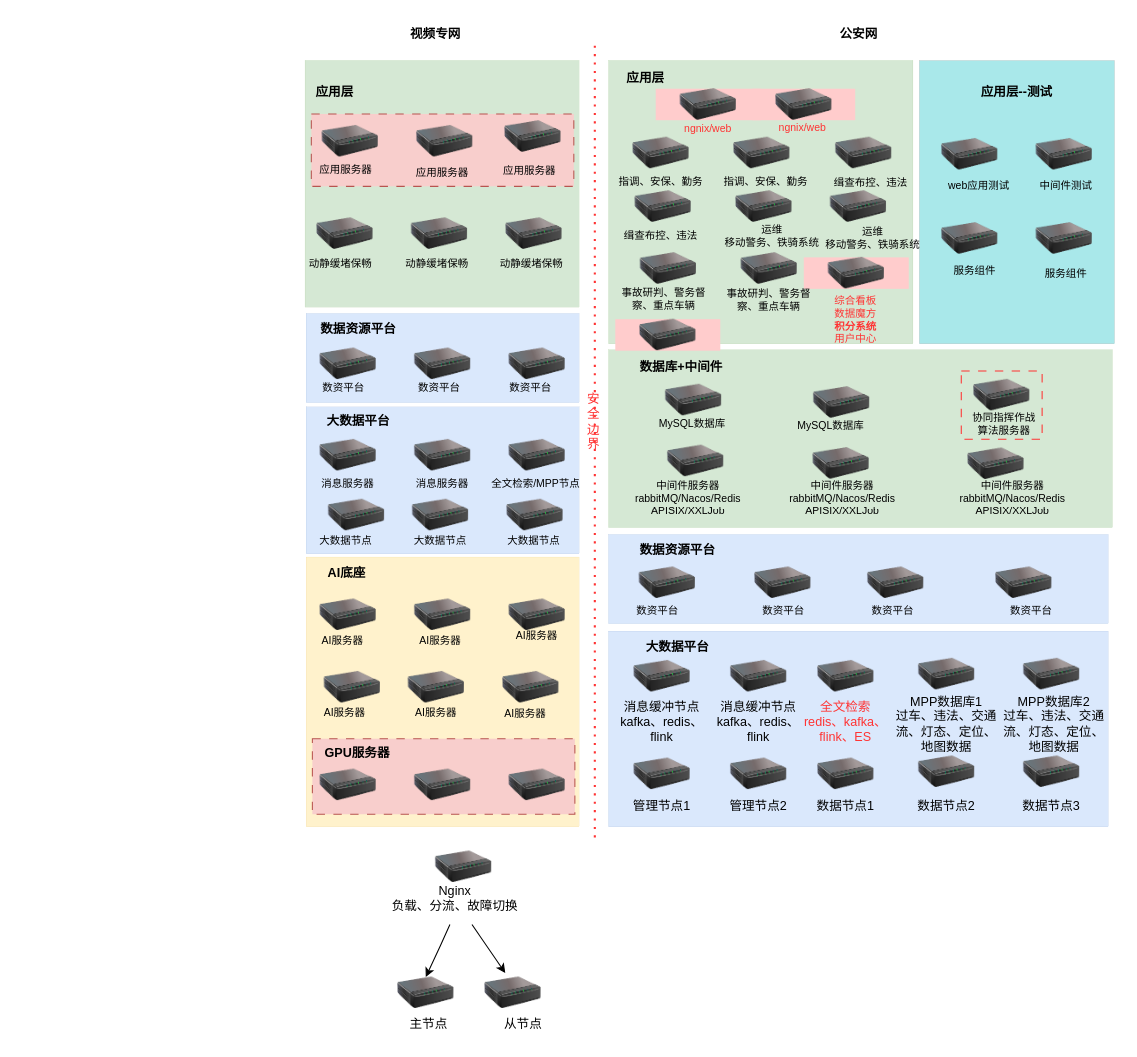
This is page "服务器规划" (1 of 7) of 20230326.drawio from bj-ehualu/drawio, a draw.io file, before an edit. Source tidied: cells renumbered, new cells numbered last; positions are measured from the earlier drawing's top-left corner, leaving out a move shared by most shapes. Both pictures are drawn from the tidied source at 105%, with x=0, y=0 at pixel (288, 18).
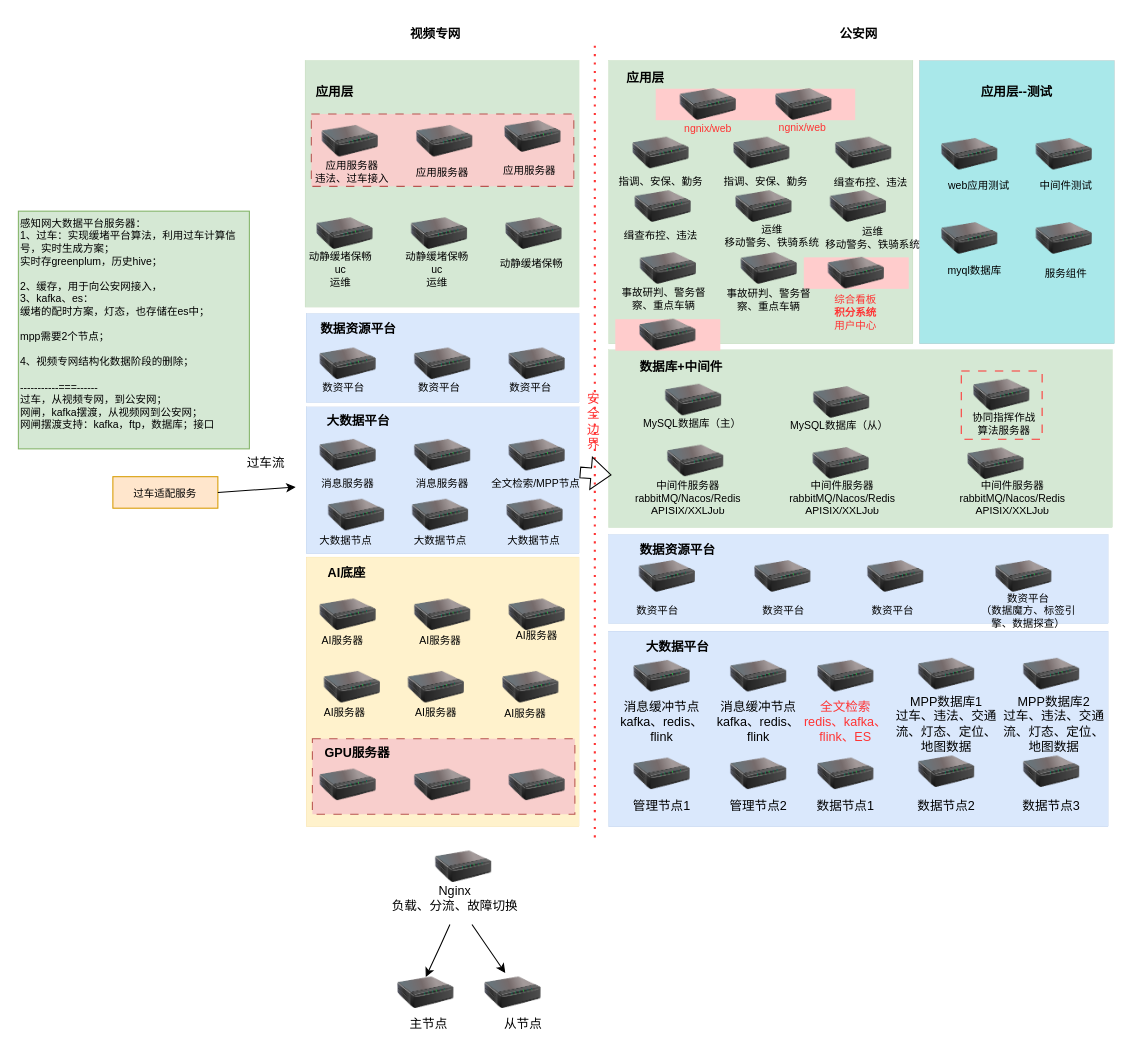
After the change.

The change refers to these unchanged cells:
```xml
<mxCell id="41" style="image;html=1;image=img/lib/clip_art/networking/Print_Server_128x128.png;" parent="1" vertex="1">
  <mxGeometry x="577" y="702.5" width="100" height="30" as="geometry" />
</mxCell>
<mxCell id="53" value="消息服务器" style="text;html=1;align=center;verticalAlign=middle;whiteSpace=wrap;rounded=0;fontSize=10;" parent="1" vertex="1">
  <mxGeometry x="7" y="428" width="100" height="30" as="geometry" />
</mxCell>
<mxCell id="93" style="rounded=0;whiteSpace=wrap;html=1;fillColor=#d5e8d4;strokeColor=#82b366;strokeWidth=0;" parent="1" vertex="1">
  <mxGeometry x="305" y="315.5" width="480" height="169.5" as="geometry" />
</mxCell>
<mxCell id="149" value="安全边界" style="text;html=1;align=center;verticalAlign=middle;whiteSpace=wrap;rounded=0;fontColor=#FF3333;labelBackgroundColor=none;" parent="1" vertex="1">
  <mxGeometry x="282" y="330" width="18" height="108" as="geometry" />
</mxCell>
```

The edit, as a diff of the source:
```diff
@@
     <mxCell id="44" style="image;html=1;image=img/lib/clip_art/networking/Print_Server_128x128.png;" parent="1" vertex="1">
-      <mxGeometry x="311" y="522.5" width="100" height="30" as="geometry" />
+      <mxGeometry x="311" y="516.5" width="100" height="30" as="geometry" />
     </mxCell>
     <mxCell id="45" style="image;html=1;image=img/lib/clip_art/networking/Print_Server_128x128.png;" parent="1" vertex="1">
-      <mxGeometry x="421" y="522.5" width="100" height="30" as="geometry" />
+      <mxGeometry x="421" y="516.5" width="100" height="30" as="geometry" />
     </mxCell>
     <mxCell id="46" style="image;html=1;image=img/lib/clip_art/networking/Print_Server_128x128.png;" parent="1" vertex="1">
-      <mxGeometry x="528.5" y="522.5" width="100" height="30" as="geometry" />
+      <mxGeometry x="528.5" y="516.5" width="100" height="30" as="geometry" />
     </mxCell>
     <mxCell id="47" style="image;html=1;image=img/lib/clip_art/networking/Print_Server_128x128.png;" parent="1" vertex="1">
-      <mxGeometry x="650.5" y="522.5" width="100" height="30" as="geometry" />
+      <mxGeometry x="650.5" y="516.5" width="100" height="30" as="geometry" />
     </mxCell>
@@
-    <mxCell id="61" value="动静缓堵保畅" style="text;html=1;align=center;verticalAlign=middle;whiteSpace=wrap;rounded=0;fontSize=10;fillColor=none;strokeColor=none;" parent="1" vertex="1">
-      <mxGeometry y="218" width="100" height="30" as="geometry" />
+    <mxCell id="61" value="动静缓堵保畅&lt;div&gt;uc&lt;/div&gt;&lt;div&gt;运维&lt;/div&gt;" style="text;html=1;align=center;verticalAlign=middle;whiteSpace=wrap;rounded=0;fontSize=10;fillColor=none;strokeColor=none;" parent="1" vertex="1">
+      <mxGeometry y="218" width="100" height="42" as="geometry" />
     </mxCell>
-    <mxCell id="62" value="动静缓堵保畅" style="text;html=1;align=center;verticalAlign=middle;whiteSpace=wrap;rounded=0;fontSize=10;fillColor=none;strokeColor=none;" parent="1" vertex="1">
-      <mxGeometry x="92" y="218" width="100" height="30" as="geometry" />
+    <mxCell id="62" value="动静缓堵保畅&lt;div&gt;&lt;div&gt;uc&lt;/div&gt;&lt;div&gt;运维&lt;/div&gt;&lt;/div&gt;" style="text;html=1;align=center;verticalAlign=middle;whiteSpace=wrap;rounded=0;fontSize=10;fillColor=none;strokeColor=none;" parent="1" vertex="1">
+      <mxGeometry x="92" y="218" width="100" height="42" as="geometry" />
     </mxCell>
@@
-    <mxCell id="83" value="数资平台" style="text;html=1;align=center;verticalAlign=middle;whiteSpace=wrap;rounded=0;fontSize=10;" parent="1" vertex="1">
-      <mxGeometry x="657.5" y="548.5" width="100" height="30" as="geometry" />
+    <mxCell id="83" value="数资平台&lt;div&gt;（数据魔方、标签引擎、数据探查）&lt;/div&gt;" style="text;html=1;align=center;verticalAlign=middle;whiteSpace=wrap;rounded=0;fontSize=10;" parent="1" vertex="1">
+      <mxGeometry x="654.5" y="548.5" width="100" height="30" as="geometry" />
     </mxCell>
@@
-    <mxCell id="100" value="MySQL数据库" style="text;html=1;align=center;verticalAlign=middle;whiteSpace=wrap;rounded=0;fontSize=10;" parent="1" vertex="1">
+    <mxCell id="100" value="MySQL数据库（主）" style="text;html=1;align=center;verticalAlign=middle;whiteSpace=wrap;rounded=0;fontSize=10;" parent="1" vertex="1">
       <mxGeometry x="335" y="370.5" width="100" height="30" as="geometry" />
     </mxCell>
-    <mxCell id="101" value="MySQL数据库" style="text;html=1;align=center;verticalAlign=middle;whiteSpace=wrap;rounded=0;fontSize=10;" parent="1" vertex="1">
-      <mxGeometry x="467" y="372.8" width="100" height="30" as="geometry" />
+    <mxCell id="101" value="MySQL数据库（从）" style="text;html=1;align=center;verticalAlign=middle;whiteSpace=wrap;rounded=0;fontSize=10;" parent="1" vertex="1">
+      <mxGeometry x="467" y="372.8" width="116" height="30" as="geometry" />
     </mxCell>
@@
-    <mxCell id="108" value="应用服务器" style="text;html=1;align=center;verticalAlign=middle;whiteSpace=wrap;rounded=0;fontSize=10;fillColor=none;strokeColor=none;" parent="1" vertex="1">
-      <mxGeometry x="5" y="129" width="100" height="30" as="geometry" />
+    <mxCell id="108" value="应用服务器&lt;div&gt;违法、过车接入&lt;/div&gt;" style="text;html=1;align=center;verticalAlign=middle;whiteSpace=wrap;rounded=0;fontSize=10;fillColor=none;strokeColor=none;" parent="1" vertex="1">
+      <mxGeometry x="11" y="131" width="100" height="30" as="geometry" />
     </mxCell>
@@
-    <mxCell id="126" value="&lt;div&gt;&lt;span style=&quot;background-color: initial;&quot;&gt;综合看板&lt;/span&gt;&lt;br&gt;&lt;/div&gt;&lt;div&gt;数据魔方&lt;/div&gt;&lt;div&gt;&lt;b&gt;积分系统&lt;/b&gt;&lt;/div&gt;&lt;div&gt;用户中心&lt;/div&gt;" style="text;html=1;align=center;verticalAlign=middle;whiteSpace=wrap;rounded=0;fontSize=10;fontColor=#FF3333;" parent="1" vertex="1">
-      <mxGeometry x="484" y="250" width="113" height="73" as="geometry" />
+    <mxCell id="126" value="&lt;div&gt;&lt;span style=&quot;background-color: initial;&quot;&gt;综合看板&lt;/span&gt;&lt;/div&gt;&lt;div&gt;&lt;b&gt;积分系统&lt;/b&gt;&lt;/div&gt;&lt;div&gt;用户中心&lt;/div&gt;" style="text;html=1;align=center;verticalAlign=middle;whiteSpace=wrap;rounded=0;fontSize=10;fontColor=#FF3333;" parent="1" vertex="1">
+      <mxGeometry x="484" y="250" width="113" height="60" as="geometry" />
     </mxCell>
@@
-    <mxCell id="139" value="服务组件" style="text;html=1;align=center;verticalAlign=middle;whiteSpace=wrap;rounded=0;fontSize=10;" parent="1" vertex="1">
+    <mxCell id="139" value="myql数据库" style="text;html=1;align=center;verticalAlign=middle;whiteSpace=wrap;rounded=0;fontSize=10;" parent="1" vertex="1">
       <mxGeometry x="604" y="224.6" width="100" height="30" as="geometry" />
     </mxCell>
@@
+    <mxCell id="152" value="&lt;div&gt;感知网大数据平台服务器：&lt;/div&gt;&lt;div&gt;1、过车：实现缓堵平台算法，利用过车计算信号，实时生成方案；&lt;/div&gt;&lt;div&gt;实时存greenplum，历史hive；&lt;/div&gt;&lt;div&gt;&lt;br&gt;&lt;/div&gt;&lt;div&gt;2、缓存，用于向公安网接入，&lt;/div&gt;&lt;div&gt;3、kafka、es：&lt;/div&gt;&lt;div&gt;缓堵的配时方案，灯态，也存储在es中；&lt;/div&gt;&lt;div&gt;&lt;br&gt;&lt;/div&gt;&lt;div&gt;mpp需要2个节点；&lt;/div&gt;&lt;div&gt;&lt;br&gt;&lt;/div&gt;&lt;div&gt;4、视频专网结构化数据阶段的删除；&lt;/div&gt;&lt;div&gt;&lt;br&gt;&lt;/div&gt;&lt;div&gt;-----------===------&lt;/div&gt;&lt;div&gt;过车，从视频专网，到公安网；&lt;/div&gt;&lt;div&gt;网闸，kafka摆渡，从视频网到公安网；&lt;/div&gt;&lt;div&gt;网闸摆渡支持：kafka，ftp，数据库；接口&lt;/div&gt;&lt;div&gt;&lt;br&gt;&lt;/div&gt;" style="text;html=1;align=left;verticalAlign=middle;whiteSpace=wrap;rounded=0;fontSize=10;fillColor=#d5e8d4;strokeColor=#82b366;" parent="1" vertex="1">
+      <mxGeometry x="-257" y="183.6" width="220" height="226.4" as="geometry" />
+    </mxCell>
+    <mxCell id="153" style="shape=flexArrow;endArrow=classic;html=1;rounded=0;entryX=0.006;entryY=0.704;entryDx=0;entryDy=0;entryPerimeter=0;exitX=-0.241;exitY=0.948;exitDx=0;exitDy=0;exitPerimeter=0;" parent="1" edge="1" source="149" target="93">
+      <mxGeometry relative="1" as="geometry" />
+    </mxCell>
+    <mxCell id="154" value="过车适配服务" style="text;html=1;align=center;verticalAlign=middle;whiteSpace=wrap;rounded=0;fontSize=10;fillColor=#ffe6cc;strokeColor=#d79b00;" parent="1" vertex="1">
+      <mxGeometry x="-167" y="436.5" width="100" height="30" as="geometry" />
+    </mxCell>
+    <mxCell id="155" style="endArrow=classic;html=1;rounded=0;exitX=1;exitY=0.5;exitDx=0;exitDy=0;" parent="1" edge="1" source="154" target="53">
+      <mxGeometry relative="1" as="geometry" />
+    </mxCell>
+    <mxCell id="156" value="过车流" style="text;html=1;align=center;verticalAlign=middle;whiteSpace=wrap;rounded=0;" parent="1" vertex="1">
+      <mxGeometry x="-51" y="408.8" width="60" height="30" as="geometry" />
+    </mxCell>
+    <mxCell id="157" style="edgeStyle=orthogonalEdgeStyle;rounded=0;orthogonalLoop=1;jettySize=auto;html=1;exitX=0.5;exitY=1;exitDx=0;exitDy=0;" parent="1" edge="1" source="41" target="41">
+      <mxGeometry relative="1" as="geometry" />
+    </mxCell>
```
